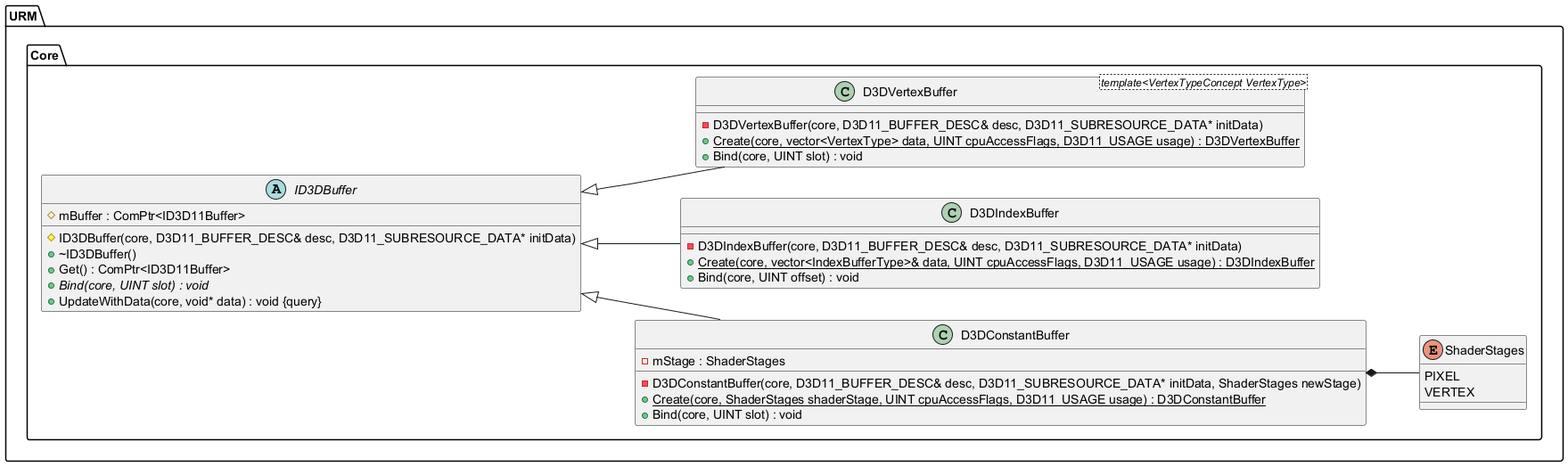
Earlier version of the PlantUML export Latex/images/UML/buffer.png (MinikPLayer/MasterThesis_UniversalRenderingModule_D3D11).
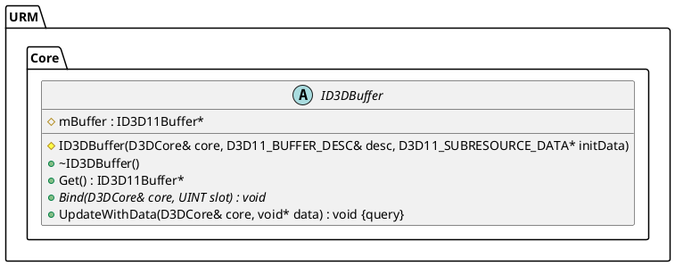
Later version of the same file.

What changed in the source:
```diff
@@ -8,37 +8,13 @@
 
 namespace URM {
 	namespace Core {
-		class D3DConstantBuffer {
-			-D3DConstantBuffer(core, D3D11_BUFFER_DESC& desc, D3D11_SUBRESOURCE_DATA* initData, ShaderStages newStage)
-			+{static} Create(core, ShaderStages shaderStage, UINT cpuAccessFlags, D3D11_USAGE usage) : D3DConstantBuffer
-			-mStage : ShaderStages
-			+Bind(core, UINT slot) : void
-		}
-
-		class D3DIndexBuffer {
-			-D3DIndexBuffer(core, D3D11_BUFFER_DESC& desc, D3D11_SUBRESOURCE_DATA* initData)
-			+{static} Create(core, vector<IndexBufferType>& data, UINT cpuAccessFlags, D3D11_USAGE usage) : D3DIndexBuffer
-			+Bind(core, UINT offset) : void
-		}
-
-		class D3DVertexBuffer <template<VertexTypeConcept VertexType>> {
-			-D3DVertexBuffer(core, D3D11_BUFFER_DESC& desc, D3D11_SUBRESOURCE_DATA* initData)
-			+{static} Create(core, vector<VertexType> data, UINT cpuAccessFlags, D3D11_USAGE usage) : D3DVertexBuffer
-			+Bind(core, UINT slot) : void
-		}
-
 		abstract class ID3DBuffer {
-			#ID3DBuffer(core, D3D11_BUFFER_DESC& desc, D3D11_SUBRESOURCE_DATA* initData)
+			#ID3DBuffer(D3DCore& core, D3D11_BUFFER_DESC& desc, D3D11_SUBRESOURCE_DATA* initData)
 			+~ID3DBuffer()
-			+Get() : ComPtr<ID3D11Buffer>
-			#mBuffer : ComPtr<ID3D11Buffer>
-			+{abstract} Bind(core, UINT slot) : void
-			+UpdateWithData(core, void* data) : void {query}
-		}
-
-		enum ShaderStages {
-			PIXEL
-			VERTEX
+			+Get() : ID3D11Buffer*
+			#mBuffer : ID3D11Buffer*
+			+{abstract} Bind(D3DCore& core, UINT slot) : void
+			+UpdateWithData(D3DCore& core, void* data) : void {query}
 		}
 	}
 }
@@ -48,20 +24,8 @@
 
 
 
-URM.Core.ID3DBuffer <|-- URM.Core.D3DConstantBuffer
 
 
-URM.Core.ID3DBuffer <|-- URM.Core.D3DIndexBuffer
-
-
-URM.Core.ID3DBuffer <|-- URM.Core.D3DVertexBuffer
-
-
-
-
-
-
-URM.Core.D3DConstantBuffer *-- URM.Core.ShaderStages
 
 
 
```
